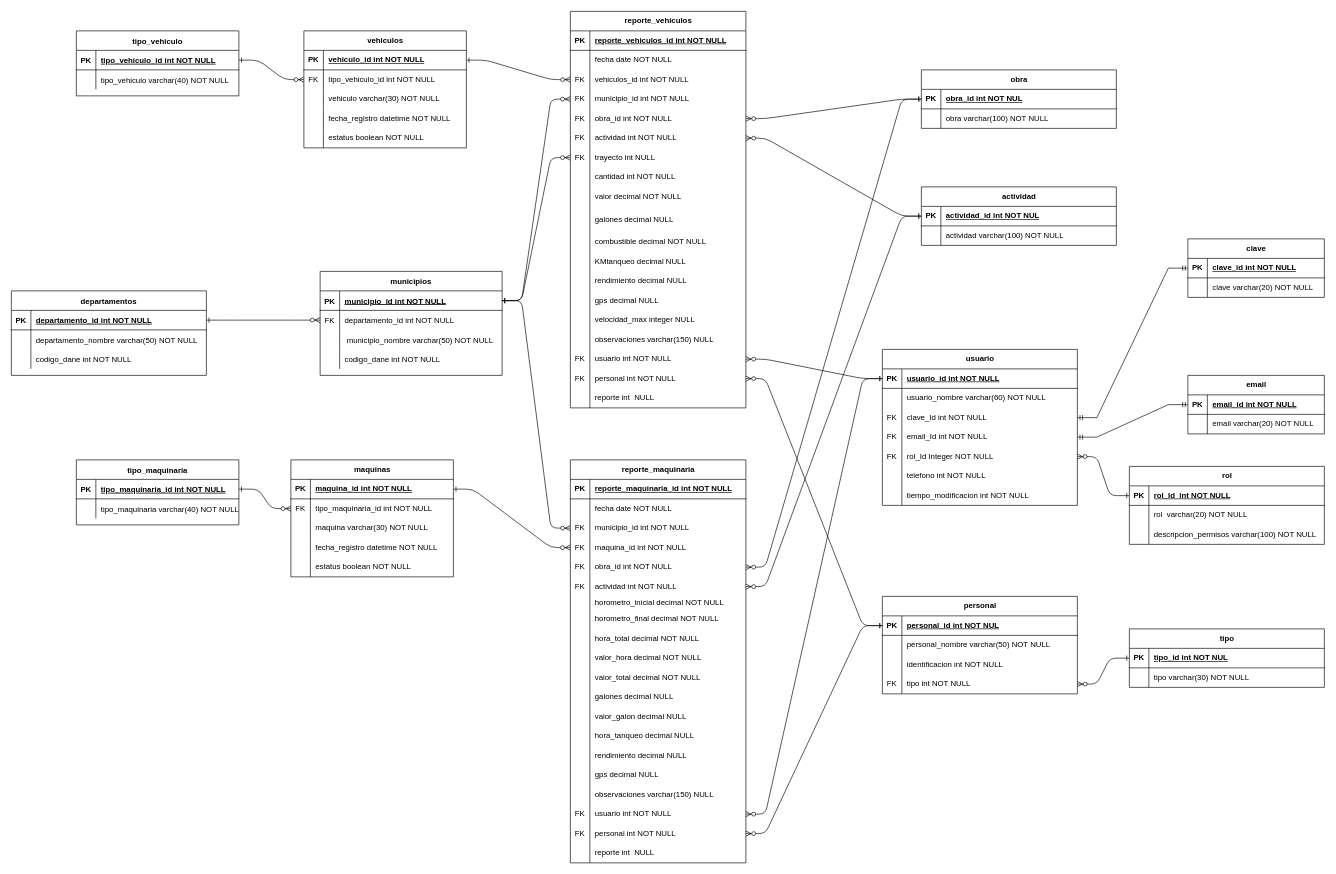
Earlier version of the draw.io diagram MER/gestionMaquinaria&Vehiculos.drawio (MasacradorM/Gestion-de-Maquinaria-y-Vehiculos). Source tidied: cells renumbered, new cells numbered last; positions are measured from the earlier drawing's top-left corner, leaving out a move shared by most shapes. Both pictures are drawn from the tidied source at 65%, with x=0, y=0 at pixel (11, 11).
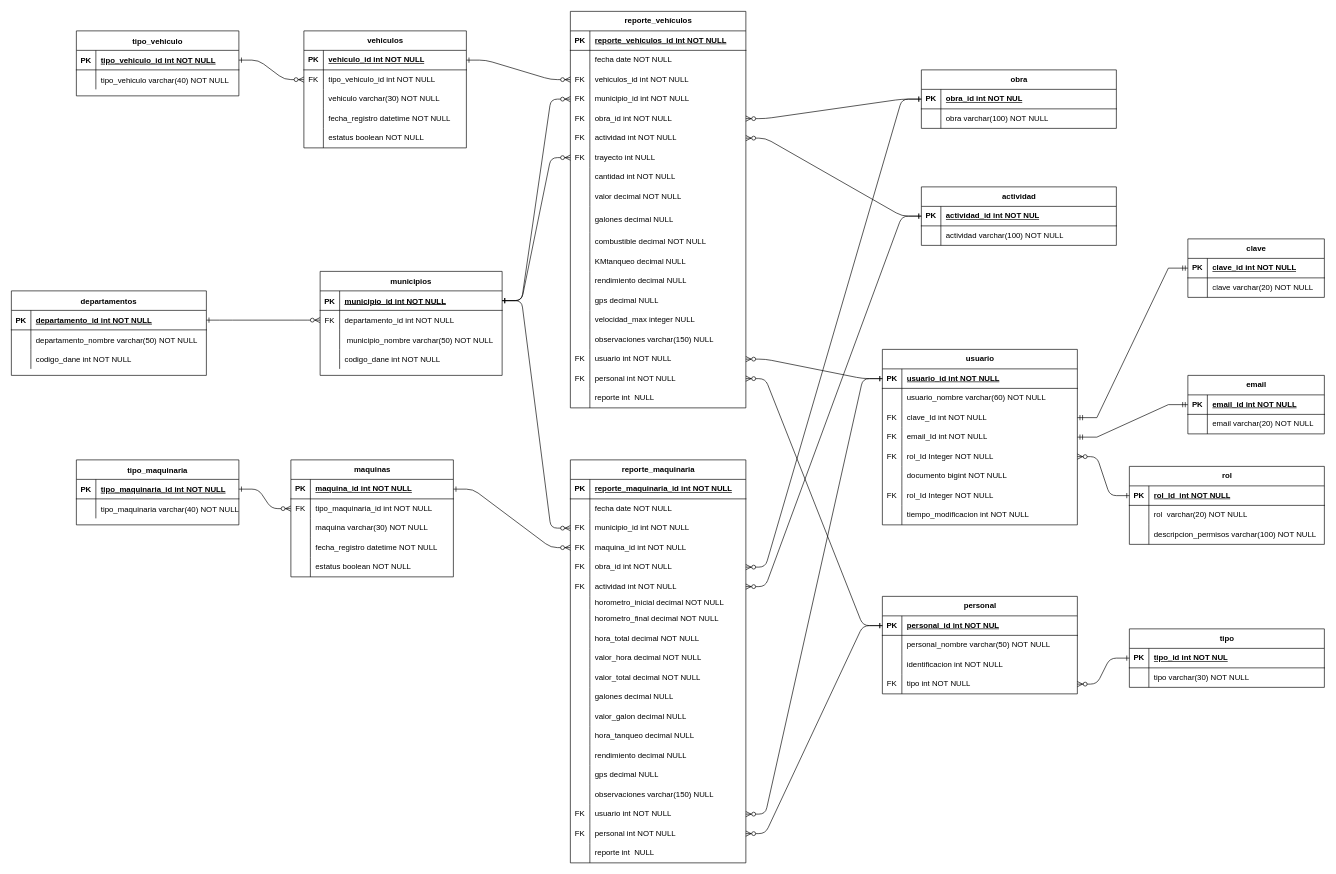
After the change.

The change refers to these unchanged cells:
```xml
<mxCell id="212" style="shape=tableRow;horizontal=0;startSize=0;swimlaneHead=0;swimlaneBody=0;fillColor=none;top=0;left=0;right=0;bottom=0;" parent="196" vertex="1">
  <mxGeometry y="180" width="300" height="30" as="geometry" />
</mxCell>
```

Change to the diagram source:
```diff
@@
     <mxCell id="196" value="usuario" style="shape=table;startSize=30;childLayout=tableLayout;rowLines=0;fontStyle=1;align=center;html=1;" parent="1" vertex="1">
-      <mxGeometry x="1340" y="520" width="300" height="240" as="geometry" />
+      <mxGeometry x="1340" y="520" width="300" height="270" as="geometry" />
     </mxCell>
@@
-    <mxCell id="214" value="telefono&lt;span style=&quot;background-color: transparent; color: light-dark(rgb(0, 0, 0), rgb(255, 255, 255));&quot;&gt;&amp;nbsp;int NOT NULL&lt;/span&gt;&lt;span style=&quot;background-color: transparent; color: light-dark(rgb(0, 0, 0), rgb(255, 255, 255)); white-space: pre;&quot;&gt;&#9;&lt;/span&gt;" style="shape=partialRectangle;fillColor=none;top=0;left=0;bottom=0;right=0;align=left;spacingLeft=6;overflow=hidden;whiteSpace=wrap;html=1;" parent="212" vertex="1">
+    <mxCell id="214" value="&lt;span style=&quot;background-color: transparent; color: light-dark(rgb(0, 0, 0), rgb(255, 255, 255));&quot;&gt;documento bigint NOT NULL&lt;/span&gt;&lt;span style=&quot;background-color: transparent; color: light-dark(rgb(0, 0, 0), rgb(255, 255, 255)); white-space: pre;&quot;&gt;&#9;&lt;/span&gt;" style="shape=partialRectangle;fillColor=none;top=0;left=0;bottom=0;right=0;align=left;spacingLeft=6;overflow=hidden;whiteSpace=wrap;html=1;" parent="212" vertex="1">
       <mxGeometry x="30" width="270" height="30" as="geometry" />
     </mxCell>
+    <mxCell id="290" style="shape=tableRow;horizontal=0;startSize=0;swimlaneHead=0;swimlaneBody=0;fillColor=none;top=0;left=0;right=0;bottom=0;" parent="196" vertex="1">
+      <mxGeometry y="210" width="300" height="30" as="geometry" />
+    </mxCell>
+    <mxCell id="291" value="FK" style="shape=partialRectangle;fillColor=none;top=0;left=0;bottom=0;right=0;overflow=hidden;whiteSpace=wrap;html=1;" parent="290" vertex="1">
+      <mxGeometry width="30" height="30" as="geometry" />
+    </mxCell>
+    <mxCell id="292" value="rol_Id Integer NOT NULL&lt;span style=&quot;white-space: pre;&quot;&gt;&#9;&lt;/span&gt;" style="shape=partialRectangle;fillColor=none;top=0;left=0;bottom=0;right=0;align=left;spacingLeft=6;overflow=hidden;whiteSpace=wrap;html=1;" parent="290" vertex="1">
+      <mxGeometry x="30" width="270" height="30" as="geometry" />
+    </mxCell>
     <mxCell id="215" style="shape=tableRow;horizontal=0;startSize=0;swimlaneHead=0;swimlaneBody=0;fillColor=none;top=0;left=0;right=0;bottom=0;" parent="196" vertex="1">
-      <mxGeometry y="210" width="300" height="30" as="geometry" />
+      <mxGeometry y="240" width="300" height="30" as="geometry" />
     </mxCell>
```
